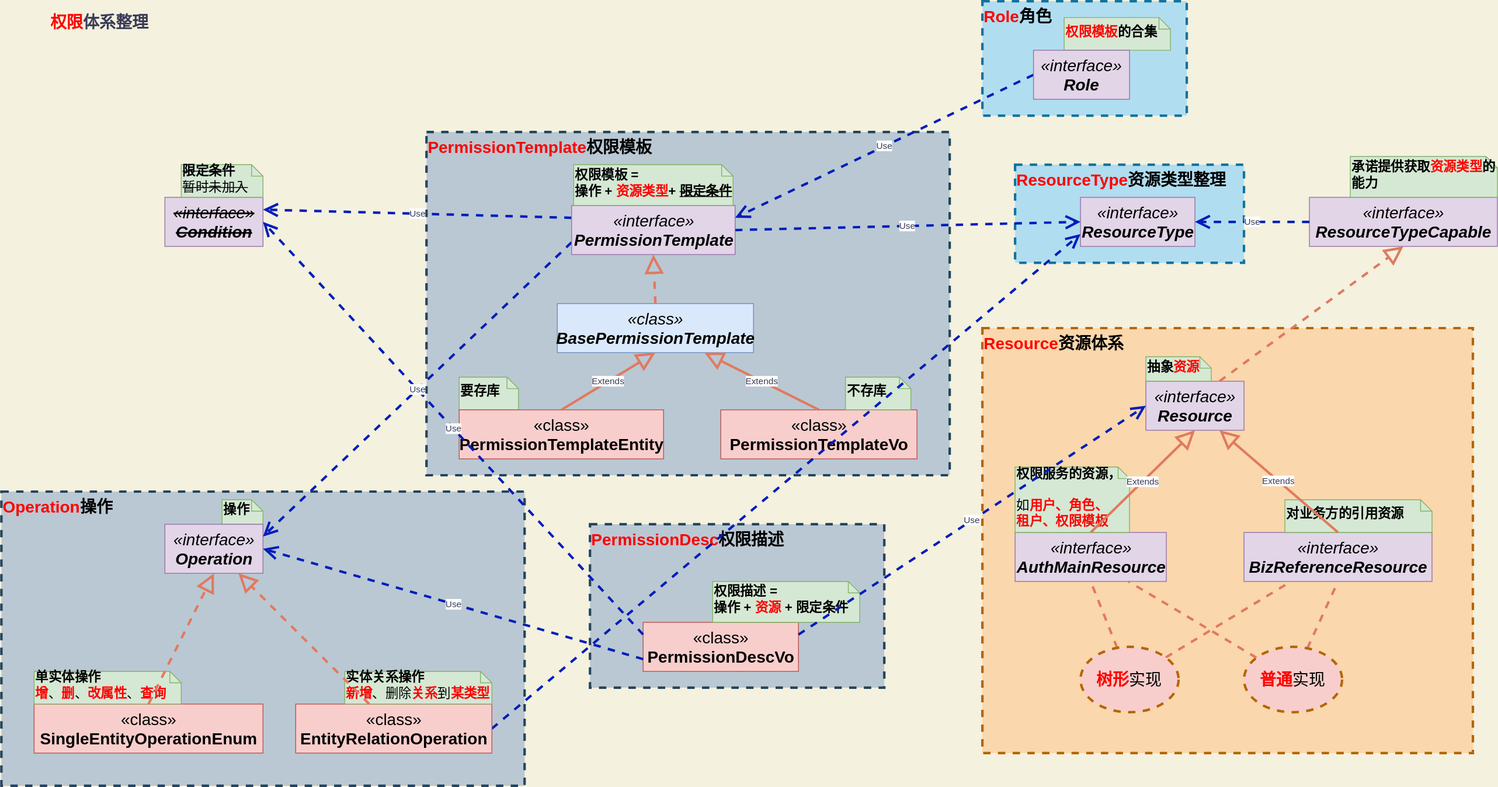
The draw.io diagram src/main/resources/images/design/auth/02_权限梳理.svg in Jinhua-Lee/Learning, before a commit. Source tidied: cells renumbered, new cells last; positions are measured from the earlier drawing's top-left corner, leaving out a move shared by most shapes.
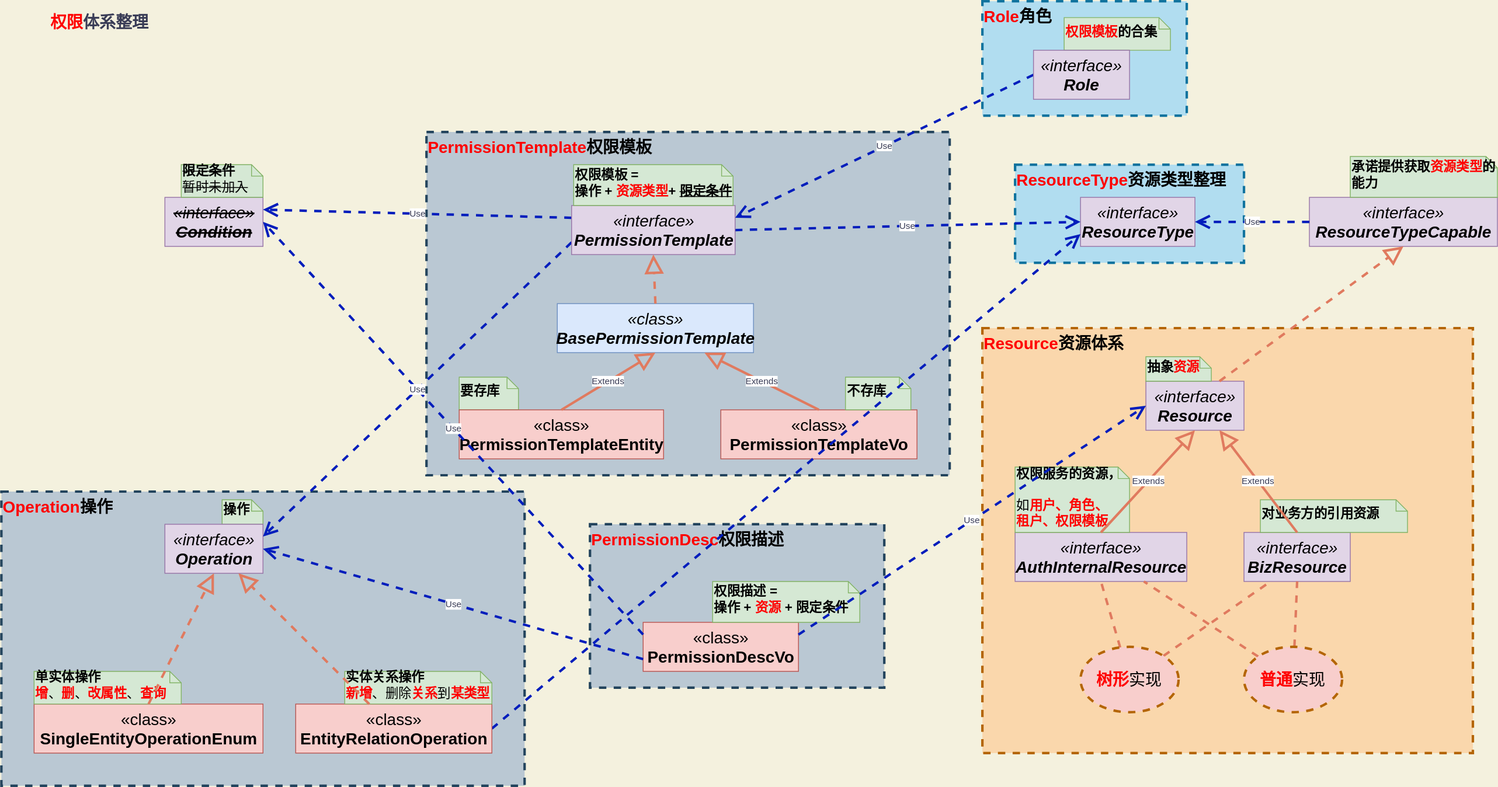
The same file after the commit.

The edit, as a diff of the source:
```diff
@@ -56,14 +56,14 @@
     <mxCell id="19" value="&lt;font style=&quot;font-size: 20px&quot;&gt;&lt;i&gt;«interface»&lt;br&gt;&lt;b&gt;ResourceTypeCapable&lt;/b&gt;&lt;/i&gt;&lt;/font&gt;" style="html=1;rounded=0;sketch=0;strokeColor=#9673a6;fillColor=#e1d5e7;" parent="1" vertex="1">
       <mxGeometry x="1600" y="240" width="230" height="60" as="geometry" />
     </mxCell>
-    <mxCell id="20" value="&lt;font style=&quot;font-size: 20px&quot;&gt;&lt;i&gt;«interface»&lt;br&gt;&lt;b&gt;AuthMainResource&lt;/b&gt;&lt;/i&gt;&lt;/font&gt;" style="html=1;rounded=0;sketch=0;strokeColor=#9673a6;fillColor=#e1d5e7;" parent="1" vertex="1">
-      <mxGeometry x="1240" y="650" width="185" height="60" as="geometry" />
+    <mxCell id="20" value="&lt;font style=&quot;font-size: 20px&quot;&gt;&lt;i&gt;«interface»&lt;br&gt;&lt;b&gt;AuthInternalResource&lt;/b&gt;&lt;/i&gt;&lt;/font&gt;" style="html=1;rounded=0;sketch=0;strokeColor=#9673a6;fillColor=#e1d5e7;" parent="1" vertex="1">
+      <mxGeometry x="1240" y="650" width="210" height="60" as="geometry" />
     </mxCell>
     <mxCell id="21" value="&lt;font style=&quot;font-size: 16px&quot;&gt;&lt;b&gt;承诺提供获取&lt;font color=&quot;#ff0000&quot;&gt;资源类型&lt;/font&gt;的能力&lt;/b&gt;&lt;br&gt;&lt;/font&gt;" style="shape=note;whiteSpace=wrap;html=1;size=14;verticalAlign=middle;align=left;spacingTop=-6;rounded=0;sketch=0;strokeColor=#82b366;fillColor=#d5e8d4;" parent="1" vertex="1">
       <mxGeometry x="1650" y="190" width="180" height="50" as="geometry" />
     </mxCell>
-    <mxCell id="22" value="&lt;font style=&quot;font-size: 20px&quot;&gt;&lt;i&gt;«interface»&lt;br&gt;&lt;b&gt;BizReferenceResource&lt;/b&gt;&lt;/i&gt;&lt;/font&gt;" style="html=1;rounded=0;sketch=0;strokeColor=#9673a6;fillColor=#e1d5e7;" parent="1" vertex="1">
-      <mxGeometry x="1520" y="650" width="230" height="60" as="geometry" />
+    <mxCell id="22" value="&lt;font style=&quot;font-size: 20px&quot;&gt;&lt;i&gt;«interface»&lt;br&gt;&lt;b&gt;BizResource&lt;/b&gt;&lt;/i&gt;&lt;/font&gt;" style="html=1;rounded=0;sketch=0;strokeColor=#9673a6;fillColor=#e1d5e7;" parent="1" vertex="1">
+      <mxGeometry x="1520" y="650" width="130" height="60" as="geometry" />
     </mxCell>
     <mxCell id="23" style="edgeStyle=none;rounded=1;jettySize=auto;html=1;entryX=0.5;entryY=1;entryDx=0;entryDy=0;fontColor=#393C56;strokeColor=#E07A5F;strokeWidth=3;fillColor=#F2CC8F;endFill=0;endArrow=none;endSize=16;dashed=1;" parent="1" edge="1" source="25" target="20">
       <mxGeometry relative="1" as="geometry" />
@@ -87,7 +87,7 @@
       <mxGeometry x="1240" y="570" width="140" height="80" as="geometry" />
     </mxCell>
     <mxCell id="30" value="&lt;font style=&quot;font-size: 16px&quot;&gt;&lt;b&gt;对业务方的引用资源&lt;/b&gt;&lt;br&gt;&lt;/font&gt;" style="shape=note;whiteSpace=wrap;html=1;size=14;verticalAlign=middle;align=left;spacingTop=-6;rounded=0;sketch=0;strokeColor=#82b366;fillColor=#d5e8d4;" parent="1" vertex="1">
-      <mxGeometry x="1570" y="610" width="180" height="40" as="geometry" />
+      <mxGeometry x="1540" y="610" width="180" height="40" as="geometry" />
     </mxCell>
     <mxCell id="31" value="Extends" style="endArrow=block;endSize=16;endFill=0;html=1;strokeColor=#E07A5F;fillColor=#F2CC8F;fontColor=#393C56;entryX=0.5;entryY=1;entryDx=0;entryDy=0;strokeWidth=3;exitX=0.5;exitY=0;exitDx=0;exitDy=0;" parent="1" edge="1" source="20" target="9">
       <mxGeometry relative="1" as="geometry" />
```
